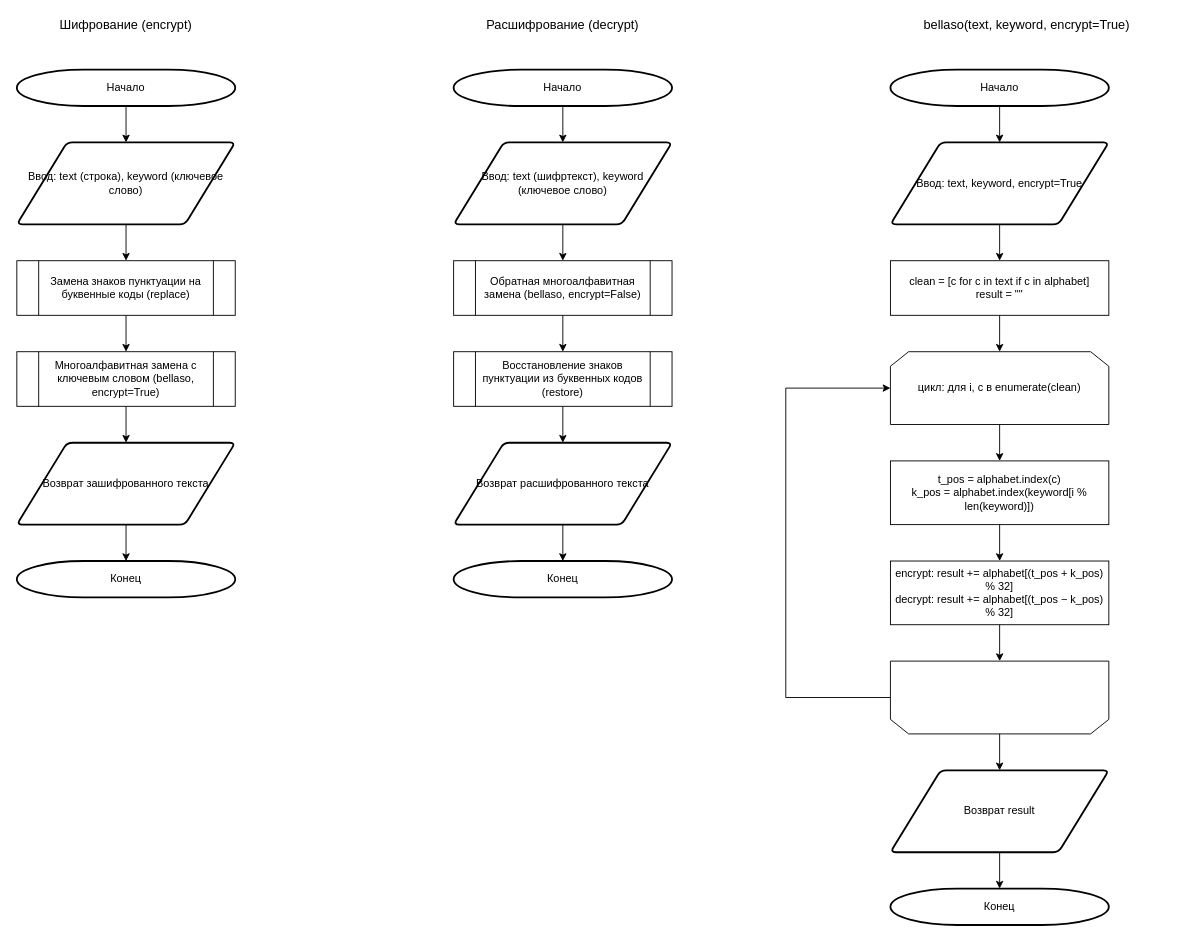
The draw.io diagram belaso_diagram.drawio in Laincetta/mospolytech-cryptography, before the edit. Source tidied: cells renumbered, new cells numbered last; positions are measured from the earlier drawing's top-left corner, leaving out a move shared by most shapes. Both pictures are drawn from the tidied source at 91%, with x=0, y=0 at pixel (16, 15).
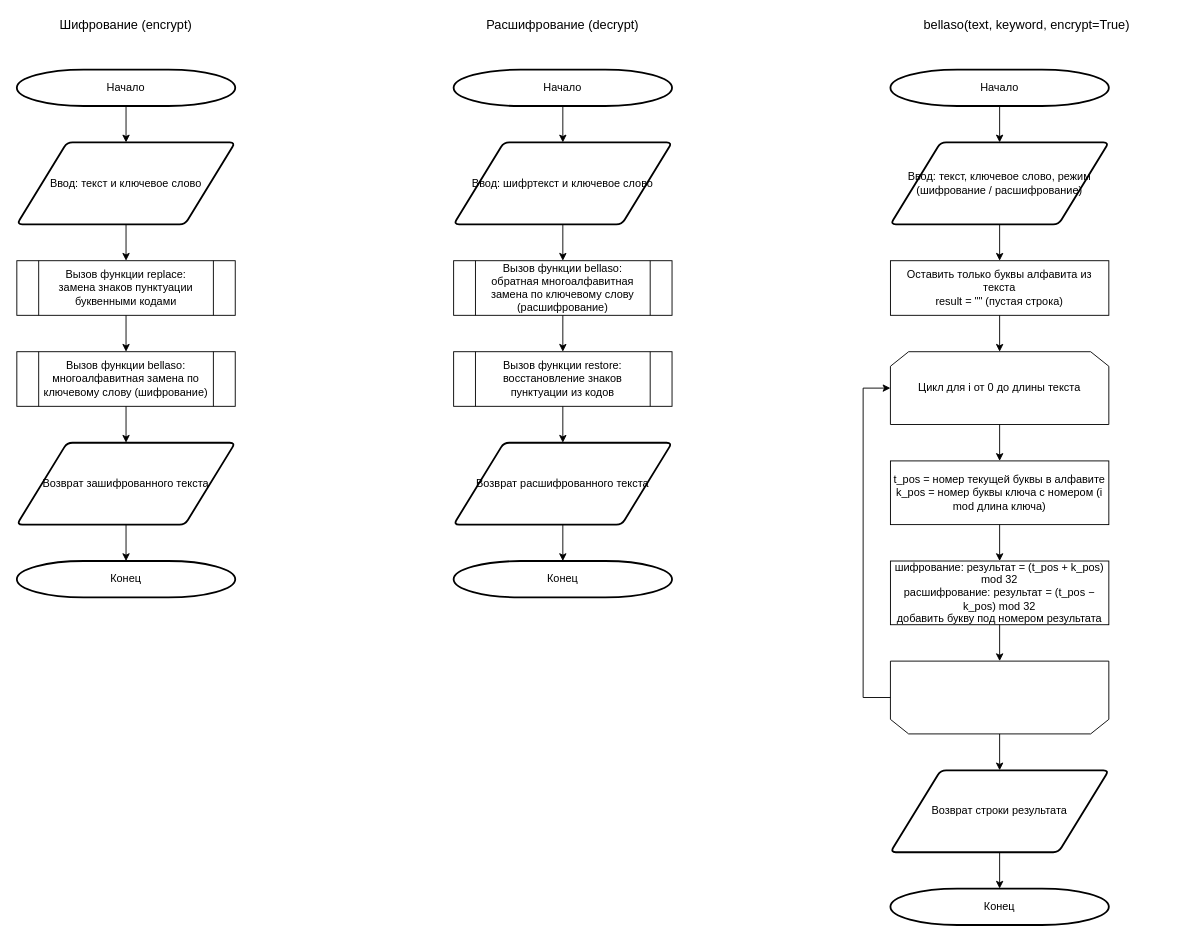
After the change.

Unchanged cells that the change refers to:
```xml
<mxCell id="34" style="text;html=1;whiteSpace=wrap;strokeColor=none;fillColor=none;opacity=0;" parent="1" vertex="1">
  <mxGeometry x="960" y="709" width="240" height="80" as="geometry" />
</mxCell>
```

What changed in the source:
```diff
@@
-    <mxCell id="4" value="Ввод: text (строка), keyword (ключевое слово)" style="shape=parallelogram;html=1;strokeWidth=2;perimeter=parallelogramPerimeter;whiteSpace=wrap;rounded=1;arcSize=12;size=0.23;" parent="1" vertex="1">
+    <mxCell id="4" value="Ввод: текст и ключевое слово" style="shape=parallelogram;html=1;strokeWidth=2;perimeter=parallelogramPerimeter;whiteSpace=wrap;rounded=1;arcSize=12;size=0.23;" parent="1" vertex="1">
       <mxGeometry y="139" width="240" height="90" as="geometry" />
     </mxCell>
-    <mxCell id="5" value="Замена знаков пунктуации на буквенные коды (replace)" style="shape=process;whiteSpace=wrap;html=1;backgroundOutline=1;" parent="1" vertex="1">
+    <mxCell id="5" value="Вызов функции replace:&#10;замена знаков пунктуации буквенными кодами" style="shape=process;whiteSpace=wrap;html=1;backgroundOutline=1;" parent="1" vertex="1">
       <mxGeometry y="269" width="240" height="60" as="geometry" />
     </mxCell>
-    <mxCell id="6" value="Многоалфавитная замена с ключевым словом (bellaso, encrypt=True)" style="shape=process;whiteSpace=wrap;html=1;backgroundOutline=1;" parent="1" vertex="1">
+    <mxCell id="6" value="Вызов функции bellaso:&#10;многоалфавитная замена по ключевому слову (шифрование)" style="shape=process;whiteSpace=wrap;html=1;backgroundOutline=1;" parent="1" vertex="1">
       <mxGeometry y="369" width="240" height="60" as="geometry" />
     </mxCell>
@@
-    <mxCell id="16" value="Ввод: text (шифртекст), keyword (ключевое слово)" style="shape=parallelogram;html=1;strokeWidth=2;perimeter=parallelogramPerimeter;whiteSpace=wrap;rounded=1;arcSize=12;size=0.23;" parent="1" vertex="1">
+    <mxCell id="16" value="Ввод: шифртекст и ключевое слово" style="shape=parallelogram;html=1;strokeWidth=2;perimeter=parallelogramPerimeter;whiteSpace=wrap;rounded=1;arcSize=12;size=0.23;" parent="1" vertex="1">
       <mxGeometry x="480" y="139" width="240" height="90" as="geometry" />
     </mxCell>
-    <mxCell id="17" value="Обратная многоалфавитная замена (bellaso, encrypt=False)" style="shape=process;whiteSpace=wrap;html=1;backgroundOutline=1;" parent="1" vertex="1">
+    <mxCell id="17" value="Вызов функции bellaso:&#10;обратная многоалфавитная замена по ключевому слову (расшифрование)" style="shape=process;whiteSpace=wrap;html=1;backgroundOutline=1;" parent="1" vertex="1">
       <mxGeometry x="480" y="269" width="240" height="60" as="geometry" />
     </mxCell>
-    <mxCell id="18" value="Восстановление знаков пунктуации из буквенных кодов (restore)" style="shape=process;whiteSpace=wrap;html=1;backgroundOutline=1;" parent="1" vertex="1">
+    <mxCell id="18" value="Вызов функции restore:&#10;восстановление знаков пунктуации из кодов" style="shape=process;whiteSpace=wrap;html=1;backgroundOutline=1;" parent="1" vertex="1">
       <mxGeometry x="480" y="369" width="240" height="60" as="geometry" />
     </mxCell>
@@
-    <mxCell id="28" value="Ввод: text, keyword, encrypt=True" style="shape=parallelogram;html=1;strokeWidth=2;perimeter=parallelogramPerimeter;whiteSpace=wrap;rounded=1;arcSize=12;size=0.23;" parent="1" vertex="1">
+    <mxCell id="28" value="Ввод: текст, ключевое слово, режим (шифрование / расшифрование)" style="shape=parallelogram;html=1;strokeWidth=2;perimeter=parallelogramPerimeter;whiteSpace=wrap;rounded=1;arcSize=12;size=0.23;" parent="1" vertex="1">
       <mxGeometry x="960" y="139" width="240" height="90" as="geometry" />
     </mxCell>
-    <mxCell id="29" value="clean = [c for c in text if c in alphabet]&#10;result = &quot;&quot;" style="rounded=0;whiteSpace=wrap;html=1;" parent="1" vertex="1">
+    <mxCell id="29" value="Оставить только буквы алфавита из текста&#10;result = &amp;quot;&amp;quot; (пустая строка)" style="rounded=0;whiteSpace=wrap;html=1;" parent="1" vertex="1">
       <mxGeometry x="960" y="269" width="240" height="60" as="geometry" />
     </mxCell>
-    <mxCell id="30" value="цикл: для i, c в enumerate(clean)" style="shape=loopLimit;whiteSpace=wrap;html=1;" parent="1" vertex="1">
+    <mxCell id="30" value="Цикл для i от 0 до длины текста" style="shape=loopLimit;whiteSpace=wrap;html=1;" parent="1" vertex="1">
       <mxGeometry x="960" y="369" width="240" height="80" as="geometry" />
     </mxCell>
-    <mxCell id="31" value="t_pos = alphabet.index(c)&#10;k_pos = alphabet.index(keyword[i % len(keyword)])" style="rounded=0;whiteSpace=wrap;html=1;" parent="1" vertex="1">
+    <mxCell id="31" value="t_pos = номер текущей буквы в алфавите&#10;k_pos = номер буквы ключа с номером (i mod длина ключа)" style="rounded=0;whiteSpace=wrap;html=1;" parent="1" vertex="1">
       <mxGeometry x="960" y="489" width="240" height="70" as="geometry" />
     </mxCell>
-    <mxCell id="32" value="encrypt: result += alphabet[(t_pos + k_pos) % 32]&#10;decrypt: result += alphabet[(t_pos − k_pos) % 32]" style="rounded=0;whiteSpace=wrap;html=1;" parent="1" vertex="1">
+    <mxCell id="32" value="шифрование: результат = (t_pos + k_pos) mod 32&#10;расшифрование: результат = (t_pos − k_pos) mod 32&#10;добавить букву под номером результата" style="rounded=0;whiteSpace=wrap;html=1;" parent="1" vertex="1">
       <mxGeometry x="960" y="599" width="240" height="70" as="geometry" />
     </mxCell>
@@
-    <mxCell id="35" value="Возврат result" style="shape=parallelogram;html=1;strokeWidth=2;perimeter=parallelogramPerimeter;whiteSpace=wrap;rounded=1;arcSize=12;size=0.23;" parent="1" vertex="1">
+    <mxCell id="35" value="Возврат строки результата" style="shape=parallelogram;html=1;strokeWidth=2;perimeter=parallelogramPerimeter;whiteSpace=wrap;rounded=1;arcSize=12;size=0.23;" parent="1" vertex="1">
       <mxGeometry x="960" y="829" width="240" height="90" as="geometry" />
     </mxCell>
@@
     <mxCell id="43" style="edgeStyle=orthogonalEdgeStyle;rounded=0;jettySize=auto;html=1;exitX=0;exitY=0.5;exitDx=0;exitDy=0;entryX=0;entryY=0.5;entryDx=0;entryDy=0;" parent="1" edge="1" source="34" target="30">
       <mxGeometry relative="1" as="geometry">
         <Array as="points">
-          <mxPoint x="845" y="749" />
-          <mxPoint x="845" y="409" />
+          <mxPoint x="930" y="749" />
+          <mxPoint x="930" y="409" />
         </Array>
       </mxGeometry>
     </mxCell>
```
